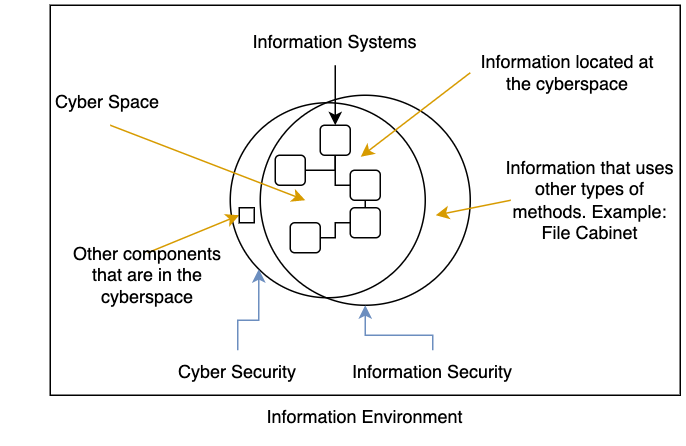
Above: images/cyber-security-and-information-security.png in sud0x0/SUD0x0 (draw.io), before the change. Source tidied: cells renumbered, new cells last; positions are measured from the earlier drawing's top-left corner, leaving out a move shared by most shapes.
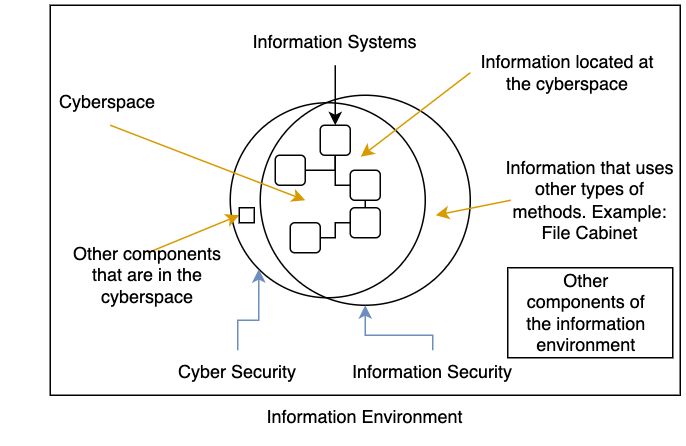
After the commit.

The edit, as a diff of the source:
```diff
@@ -49,7 +49,7 @@
     <mxCell id="13" value="Information Environment" style="text;html=1;strokeColor=none;fillColor=none;align=center;verticalAlign=middle;whiteSpace=wrap;rounded=0;" parent="1" vertex="1">
       <mxGeometry x="170" y="260" width="140" height="30" as="geometry" />
     </mxCell>
-    <mxCell id="14" value="Cyber Space&amp;nbsp;" style="text;html=1;strokeColor=none;fillColor=none;align=center;verticalAlign=middle;whiteSpace=wrap;rounded=0;" parent="1" vertex="1">
+    <mxCell id="14" value="Cyberspace&amp;nbsp;" style="text;html=1;strokeColor=none;fillColor=none;align=center;verticalAlign=middle;whiteSpace=wrap;rounded=0;" parent="1" vertex="1">
       <mxGeometry y="50" width="140" height="30" as="geometry" />
     </mxCell>
     <mxCell id="15" style="endArrow=classic;html=1;rounded=0;exitX=0.5;exitY=1;exitDx=0;exitDy=0;fillColor=#ffe6cc;strokeColor=#d79b00;" parent="1" edge="1" source="14">
@@ -109,5 +109,11 @@
     <mxCell id="29" style="rounded=1;whiteSpace=wrap;html=1;fillColor=none;arcSize=0;" parent="1" vertex="1">
       <mxGeometry x="156" y="135" width="10" height="10" as="geometry" />
     </mxCell>
+    <mxCell id="30" value="Other components of the information environment" style="text;html=1;strokeColor=none;fillColor=none;align=center;verticalAlign=middle;whiteSpace=wrap;rounded=0;" parent="1" vertex="1">
+      <mxGeometry x="340" y="190" width="95" height="30" as="geometry" />
+    </mxCell>
+    <mxCell id="31" style="rounded=0;whiteSpace=wrap;html=1;fillColor=none;" parent="1" vertex="1">
+      <mxGeometry x="335" y="175" width="110" height="60" as="geometry" />
+    </mxCell>
   </root>
 </mxGraphModel>
```
